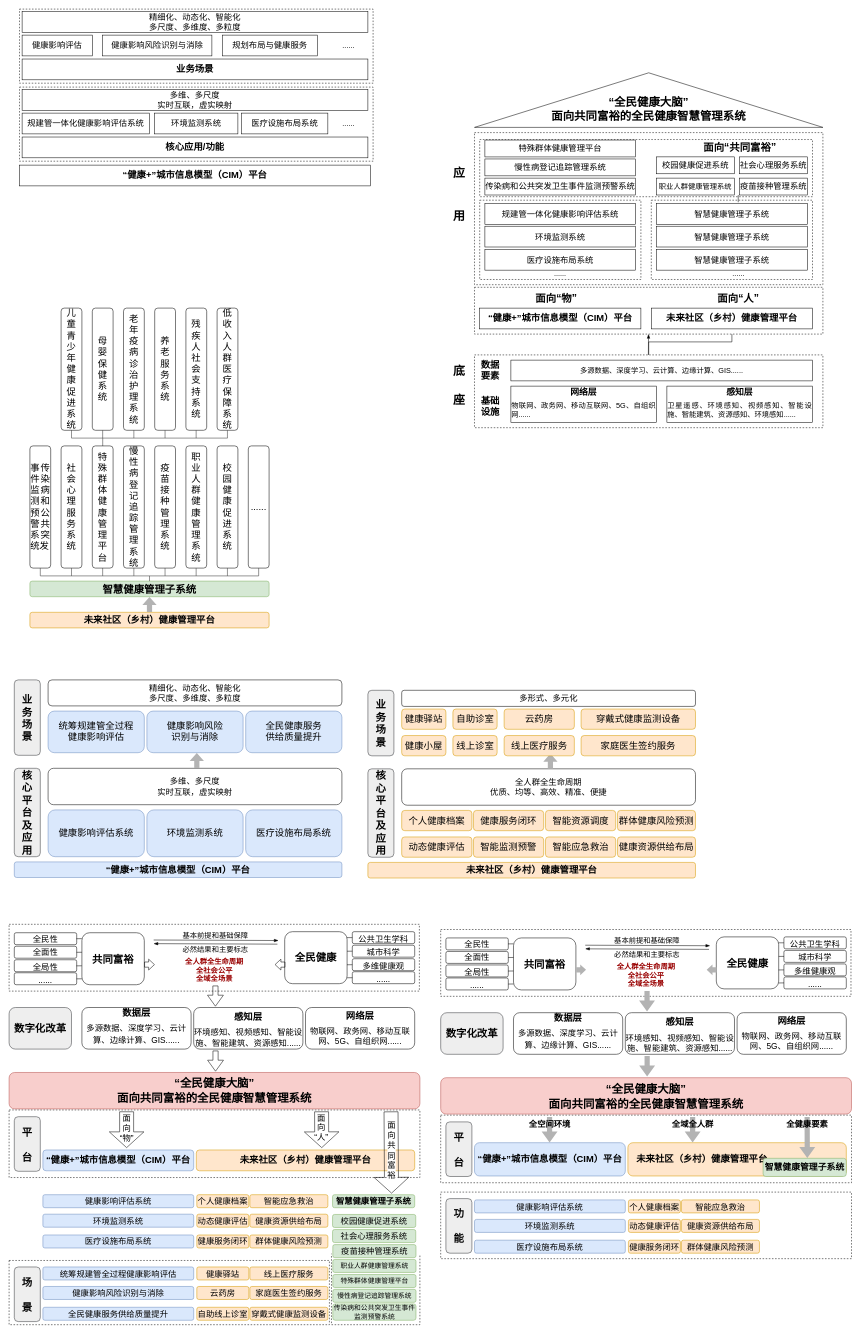
Above: page "第 1 页" (1 of 5) of 未命名绘图.drawio in linge630/practice (draw.io), before the change. Source tidied: cells renumbered, new cells numbered last; positions are measured from the earlier drawing's top-left corner, leaving out a move shared by most shapes. Both pictures are drawn from the tidied source at 52%, with x=0, y=0 at pixel (9, -74).
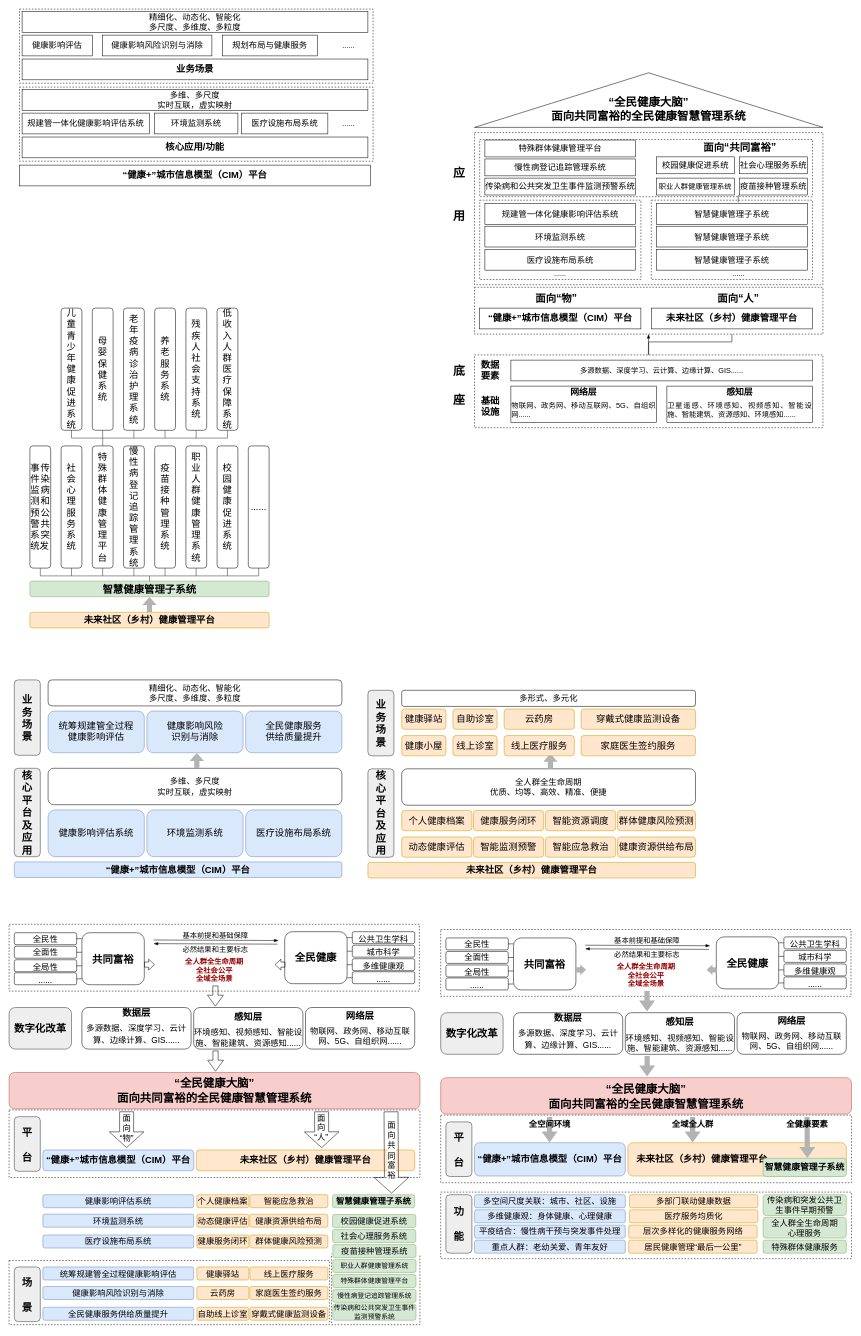
The same page after the edit.

Diff of the diagram source:
```diff
@@
     <mxCell id="162" value="&lt;div style=&quot;text-align: justify; font-size: 20px;&quot;&gt;&lt;span style=&quot;background-color: initial; font-size: 20px;&quot;&gt;&lt;font face=&quot;宋体&quot; style=&quot;font-size: 20px;&quot;&gt;功&lt;/font&gt;&lt;/span&gt;&lt;/div&gt;&lt;div style=&quot;text-align: justify; font-size: 20px;&quot;&gt;&lt;span style=&quot;background-color: initial; font-size: 20px;&quot;&gt;&lt;font face=&quot;宋体&quot; style=&quot;font-size: 20px;&quot;&gt;&lt;br&gt;&lt;/font&gt;&lt;/span&gt;&lt;/div&gt;&lt;div style=&quot;text-align: justify; font-size: 20px;&quot;&gt;&lt;font face=&quot;宋体&quot;&gt;能&lt;/font&gt;&lt;/div&gt;" style="rounded=1;whiteSpace=wrap;html=1;fontSize=20;fontStyle=1;fillColor=#eeeeee;strokeColor=#36393d;" parent="1" vertex="1">
-      <mxGeometry x="840" y="2447.5" width="50" height="105" as="geometry" />
+      <mxGeometry x="840" y="2440" width="50" height="112.5" as="geometry" />
     </mxCell>
-    <mxCell id="163" value="&lt;span style=&quot;color: rgb(0, 0, 0); font-family: 宋体; font-size: 16px; font-style: normal; font-variant-ligatures: normal; font-variant-caps: normal; font-weight: 400; letter-spacing: normal; orphans: 2; text-align: justify; text-indent: 0px; text-transform: none; widows: 2; word-spacing: 0px; -webkit-text-stroke-width: 0px; text-decoration-thickness: initial; text-decoration-style: initial; text-decoration-color: initial; float: none; display: inline !important;&quot;&gt;健康影响评估系统&lt;/span&gt;" style="rounded=1;whiteSpace=wrap;html=1;labelBackgroundColor=none;fontSize=16;fillColor=#dae8fc;strokeColor=#6c8ebf;" parent="1" vertex="1">
-      <mxGeometry x="895" y="2450" width="290" height="25" as="geometry" />
+    <mxCell id="163" value="&lt;span style=&quot;color: rgb(0, 0, 0); font-family: 宋体; font-size: 16px; font-style: normal; font-variant-ligatures: normal; font-variant-caps: normal; font-weight: 400; letter-spacing: normal; orphans: 2; text-align: justify; text-indent: 0px; text-transform: none; widows: 2; word-spacing: 0px; -webkit-text-stroke-width: 0px; text-decoration-thickness: initial; text-decoration-style: initial; text-decoration-color: initial; float: none; display: inline !important;&quot;&gt;多空间尺度关联：城市、社区、设施&lt;/span&gt;" style="rounded=1;whiteSpace=wrap;html=1;labelBackgroundColor=none;fontSize=16;fillColor=#dae8fc;strokeColor=#6c8ebf;" parent="1" vertex="1">
+      <mxGeometry x="895" y="2440" width="290" height="25" as="geometry" />
     </mxCell>
-    <mxCell id="164" value="&lt;div style=&quot;text-align: justify;&quot;&gt;&lt;font face=&quot;宋体&quot;&gt;&lt;span style=&quot;&quot;&gt;环境监测系统&lt;/span&gt;&lt;/font&gt;&lt;/div&gt;" style="rounded=1;whiteSpace=wrap;html=1;labelBackgroundColor=none;fontSize=16;fillColor=#dae8fc;strokeColor=#6c8ebf;" parent="1" vertex="1">
-      <mxGeometry x="895" y="2487.5" width="290" height="25" as="geometry" />
+    <mxCell id="164" value="&lt;div style=&quot;text-align: justify;&quot;&gt;&lt;font face=&quot;宋体&quot;&gt;&lt;span style=&quot;&quot;&gt;多维健康观：身体健康、心理健康&lt;/span&gt;&lt;/font&gt;&lt;/div&gt;" style="rounded=1;whiteSpace=wrap;html=1;labelBackgroundColor=none;fontSize=16;fillColor=#dae8fc;strokeColor=#6c8ebf;" parent="1" vertex="1">
+      <mxGeometry x="895" y="2469" width="290" height="25" as="geometry" />
     </mxCell>
-    <mxCell id="165" value="&lt;span style=&quot;color: rgb(0, 0, 0); font-family: 宋体; font-size: 16px; font-style: normal; font-variant-ligatures: normal; font-variant-caps: normal; font-weight: 400; letter-spacing: normal; orphans: 2; text-align: justify; text-indent: 0px; text-transform: none; widows: 2; word-spacing: 0px; -webkit-text-stroke-width: 0px; text-decoration-thickness: initial; text-decoration-style: initial; text-decoration-color: initial; float: none; display: inline !important;&quot;&gt;医疗设施布局系统&lt;/span&gt;" style="rounded=1;whiteSpace=wrap;html=1;labelBackgroundColor=none;fontSize=16;fillColor=#dae8fc;strokeColor=#6c8ebf;" parent="1" vertex="1">
+    <mxCell id="165" value="&lt;span style=&quot;color: rgb(0, 0, 0); font-family: 宋体; font-size: 16px; font-style: normal; font-variant-ligatures: normal; font-variant-caps: normal; font-weight: 400; letter-spacing: normal; orphans: 2; text-align: justify; text-indent: 0px; text-transform: none; widows: 2; word-spacing: 0px; -webkit-text-stroke-width: 0px; text-decoration-thickness: initial; text-decoration-style: initial; text-decoration-color: initial; float: none; display: inline !important;&quot;&gt;重点人群：老幼关爱、青年友好&lt;/span&gt;" style="rounded=1;whiteSpace=wrap;html=1;labelBackgroundColor=none;fontSize=16;fillColor=#dae8fc;strokeColor=#6c8ebf;" parent="1" vertex="1">
       <mxGeometry x="895" y="2527.5" width="290" height="25" as="geometry" />
     </mxCell>
-    <mxCell id="166" value="&lt;span style=&quot;color: rgb(0, 0, 0); font-family: 宋体; font-size: 16px; font-style: normal; font-variant-ligatures: normal; font-variant-caps: normal; font-weight: 400; letter-spacing: normal; orphans: 2; text-align: justify; text-indent: 0px; text-transform: none; widows: 2; word-spacing: 0px; -webkit-text-stroke-width: 0px; text-decoration-thickness: initial; text-decoration-style: initial; text-decoration-color: initial; float: none; display: inline !important;&quot;&gt;个人健康档案&lt;/span&gt;" style="rounded=1;whiteSpace=wrap;html=1;labelBackgroundColor=none;fontSize=16;fillColor=#ffe6cc;strokeColor=#d79b00;" parent="1" vertex="1">
-      <mxGeometry x="1191" y="2450" width="100" height="25" as="geometry" />
+    <mxCell id="166" value="&lt;span style=&quot;font-family: 宋体; text-align: justify;&quot;&gt;&lt;font style=&quot;font-size: 16px;&quot;&gt;多部门联动健康数据&lt;/font&gt;&lt;/span&gt;" style="rounded=1;whiteSpace=wrap;html=1;labelBackgroundColor=none;fontSize=16;fillColor=#ffe6cc;strokeColor=#d79b00;" parent="1" vertex="1">
+      <mxGeometry x="1193" y="2440" width="247" height="25" as="geometry" />
     </mxCell>
-    <mxCell id="167" value="&lt;div style=&quot;text-align: justify;&quot;&gt;&lt;font face=&quot;宋体&quot;&gt;&lt;span style=&quot;&quot;&gt;动态健康评估&lt;/span&gt;&lt;/font&gt;&lt;/div&gt;" style="rounded=1;whiteSpace=wrap;html=1;labelBackgroundColor=none;fontSize=16;fillColor=#ffe6cc;strokeColor=#d79b00;" parent="1" vertex="1">
-      <mxGeometry x="1191" y="2487.5" width="100" height="25" as="geometry" />
-    </mxCell>
-    <mxCell id="168" value="&lt;span style=&quot;color: rgb(0, 0, 0); font-family: 宋体; font-size: 16px; font-style: normal; font-variant-ligatures: normal; font-variant-caps: normal; font-weight: 400; letter-spacing: normal; orphans: 2; text-align: justify; text-indent: 0px; text-transform: none; widows: 2; word-spacing: 0px; -webkit-text-stroke-width: 0px; text-decoration-thickness: initial; text-decoration-style: initial; text-decoration-color: initial; float: none; display: inline !important;&quot;&gt;健康服务闭环&lt;/span&gt;" style="rounded=1;whiteSpace=wrap;html=1;labelBackgroundColor=none;fontSize=16;fillColor=#ffe6cc;strokeColor=#d79b00;" parent="1" vertex="1">
-      <mxGeometry x="1191" y="2527.5" width="100" height="25" as="geometry" />
-    </mxCell>
-    <mxCell id="169" value="&lt;div style=&quot;&quot;&gt;智能应急救治&lt;/div&gt;" style="rounded=1;whiteSpace=wrap;html=1;labelBackgroundColor=none;fontSize=16;fillColor=#ffe6cc;strokeColor=#d79b00;" parent="1" vertex="1">
-      <mxGeometry x="1293" y="2450" width="150" height="25" as="geometry" />
-    </mxCell>
-    <mxCell id="170" value="&lt;div style=&quot;&quot;&gt;&lt;span style=&quot;&quot;&gt;健康资源供给布局&lt;/span&gt;&lt;br&gt;&lt;/div&gt;" style="rounded=1;whiteSpace=wrap;html=1;labelBackgroundColor=none;fontSize=16;fillColor=#ffe6cc;strokeColor=#d79b00;" parent="1" vertex="1">
-      <mxGeometry x="1293" y="2487.5" width="150" height="25" as="geometry" />
-    </mxCell>
-    <mxCell id="171" value="&lt;div style=&quot;&quot;&gt;群体健康风险预测&lt;br&gt;&lt;/div&gt;" style="rounded=1;whiteSpace=wrap;html=1;labelBackgroundColor=none;fontSize=16;fillColor=#ffe6cc;strokeColor=#d79b00;" parent="1" vertex="1">
-      <mxGeometry x="1293" y="2527.5" width="150" height="25" as="geometry" />
-    </mxCell>
@@
+    <mxCell id="253" value="&lt;div style=&quot;&quot;&gt;&lt;p style=&quot;&quot; class=&quot;MsoNormal&quot;&gt;&lt;font face=&quot;宋体&quot;&gt;传染病和突发公共&lt;/font&gt;&lt;span style=&quot;font-family: 宋体; background-color: initial;&quot;&gt;卫生事件早期预警&lt;/span&gt;&lt;/p&gt;&lt;/div&gt;" style="rounded=1;whiteSpace=wrap;html=1;labelBackgroundColor=none;fontSize=16;fillColor=#d5e8d4;strokeColor=#82b366;" parent="1" vertex="1">
+      <mxGeometry x="1450" y="2440" width="160" height="40" as="geometry" />
+    </mxCell>
+    <mxCell id="254" value="&lt;span style=&quot;color: rgb(0, 0, 0); font-family: 宋体; font-size: 16px; font-style: normal; font-variant-ligatures: normal; font-variant-caps: normal; font-weight: 400; letter-spacing: normal; orphans: 2; text-align: justify; text-indent: 0px; text-transform: none; widows: 2; word-spacing: 0px; -webkit-text-stroke-width: 0px; text-decoration-thickness: initial; text-decoration-style: initial; text-decoration-color: initial; float: none; display: inline !important;&quot;&gt;平疫结合：慢性病干预与突发事件处理&lt;/span&gt;" style="rounded=1;whiteSpace=wrap;html=1;labelBackgroundColor=none;fontSize=16;fillColor=#dae8fc;strokeColor=#6c8ebf;" parent="1" vertex="1">
+      <mxGeometry x="895" y="2498.5" width="290" height="25" as="geometry" />
+    </mxCell>
+    <mxCell id="255" value="&lt;span style=&quot;font-family: 宋体; font-size: 16px; text-align: justify;&quot;&gt;医疗服务均质化&lt;/span&gt;" style="rounded=1;whiteSpace=wrap;html=1;labelBackgroundColor=none;fontSize=16;fillColor=#ffe6cc;strokeColor=#d79b00;" parent="1" vertex="1">
+      <mxGeometry x="1193" y="2469" width="247" height="25" as="geometry" />
+    </mxCell>
+    <mxCell id="256" value="&lt;span style=&quot;font-family: 宋体; font-size: 16px; text-align: justify;&quot;&gt;层次多样化的健康服务网络&lt;/span&gt;" style="rounded=1;whiteSpace=wrap;html=1;labelBackgroundColor=none;fontSize=16;fillColor=#ffe6cc;strokeColor=#d79b00;" parent="1" vertex="1">
+      <mxGeometry x="1191.5" y="2498.5" width="247" height="25" as="geometry" />
+    </mxCell>
+    <mxCell id="257" value="&lt;p style=&quot;margin: 0pt 0pt 0.0001pt; text-align: justify; font-family: Calibri; font-size: 16px;&quot; class=&quot;MsoNormal&quot;&gt;&lt;span style=&quot;font-family: 宋体; font-size: 16px;&quot;&gt;&lt;font face=&quot;宋体&quot; style=&quot;font-size: 16px;&quot;&gt;居民健康管理&lt;/font&gt;&lt;font face=&quot;宋体&quot; style=&quot;font-size: 16px;&quot;&gt;“最后一公里”&lt;/font&gt;&lt;/span&gt;&lt;/p&gt;" style="rounded=1;whiteSpace=wrap;html=1;labelBackgroundColor=none;fontSize=16;fillColor=#ffe6cc;strokeColor=#d79b00;" parent="1" vertex="1">
+      <mxGeometry x="1191.5" y="2527.5" width="247" height="25" as="geometry" />
+    </mxCell>
+    <mxCell id="258" value="&lt;div style=&quot;&quot;&gt;&lt;span style=&quot;font-family: 宋体; text-align: left;&quot;&gt;特殊群体健康服务&lt;/span&gt;&lt;br&gt;&lt;/div&gt;" style="rounded=1;whiteSpace=wrap;html=1;labelBackgroundColor=none;fontSize=16;fillColor=#d5e8d4;strokeColor=#82b366;" parent="1" vertex="1">
+      <mxGeometry x="1450" y="2527.5" width="160" height="25" as="geometry" />
+    </mxCell>
+    <mxCell id="259" value="&lt;div style=&quot;&quot;&gt;&lt;span style=&quot;text-align: left;&quot;&gt;&lt;font face=&quot;宋体&quot;&gt;全人群全生命周期&lt;/font&gt;&lt;/span&gt;&lt;/div&gt;&lt;div style=&quot;&quot;&gt;&lt;span style=&quot;text-align: left;&quot;&gt;&lt;font face=&quot;宋体&quot;&gt;心理服务&lt;/font&gt;&lt;/span&gt;&lt;br&gt;&lt;/div&gt;" style="rounded=1;whiteSpace=wrap;html=1;labelBackgroundColor=none;fontSize=16;fillColor=#d5e8d4;strokeColor=#82b366;" parent="1" vertex="1">
+      <mxGeometry x="1450" y="2483.5" width="160" height="40" as="geometry" />
+    </mxCell>
```
